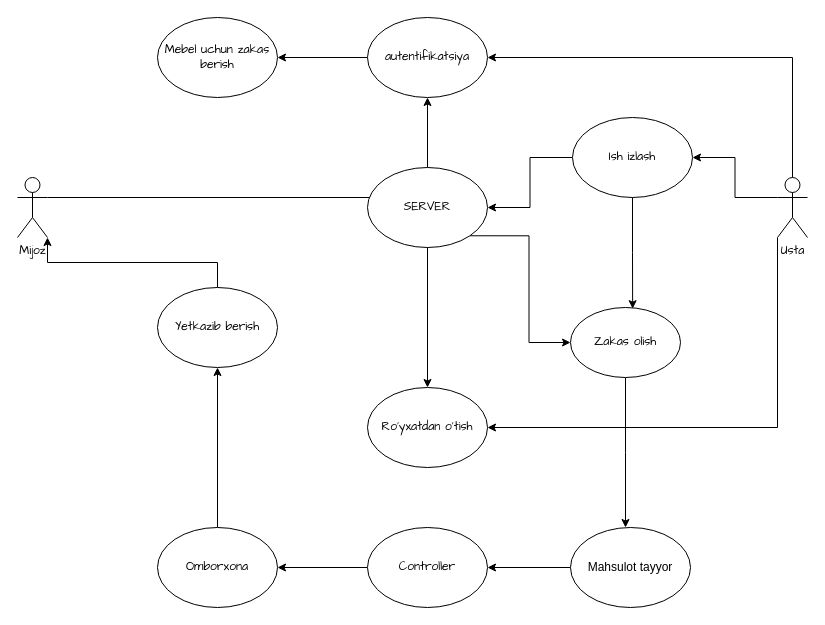
Before: Untitled Diagram.drawio in TolibjonD/uzwords, a draw.io diagram. Source tidied: cells renumbered, new cells numbered last; positions are measured from the earlier drawing's top-left corner, leaving out a move shared by most shapes. Both pictures are drawn from the tidied source at 100%, with x=0, y=0 at pixel (17, 17).
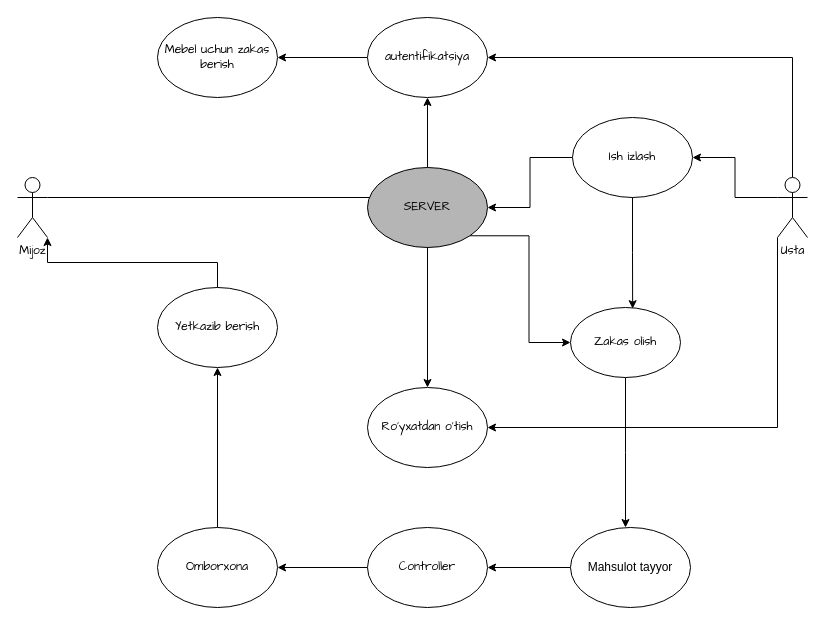
The same page after the edit.

Commit message:
mebellar uchun

Diff of the diagram source:
```diff
@@
-    <mxCell id="6" value="SERVER" style="ellipse;whiteSpace=wrap;html=1;fontFamily=Comic Sans MS;" parent="1" vertex="1">
+    <mxCell id="6" value="SERVER" style="ellipse;whiteSpace=wrap;html=1;fontFamily=Comic Sans MS;fillColor=#B5B5B5;" parent="1" vertex="1">
       <mxGeometry x="350" y="150" width="120" height="80" as="geometry" />
     </mxCell>
```
